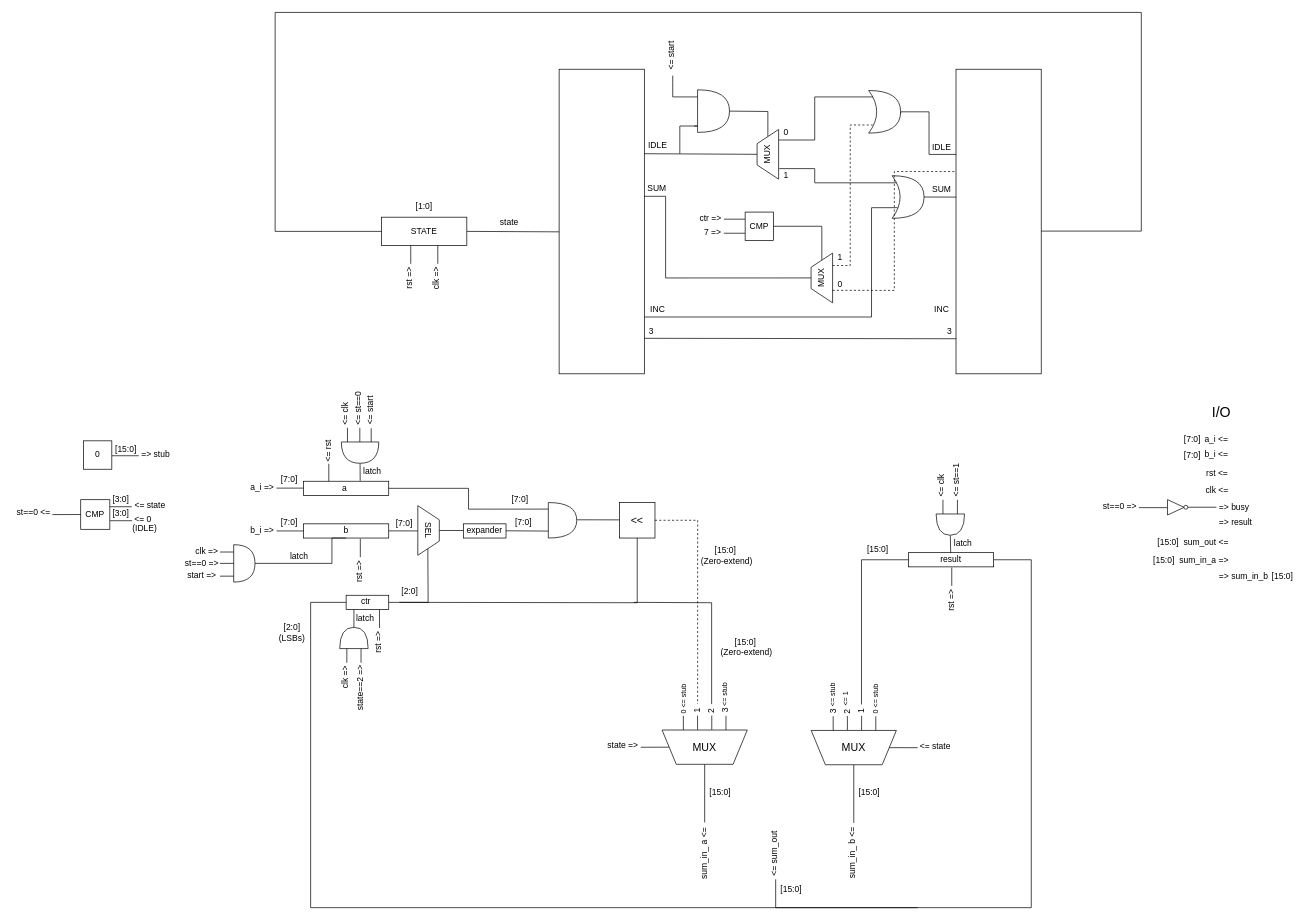
The draw.io diagram mul.drawio in mkgurenkov/Digital-design, before the edit. Source tidied: cells renumbered, new cells numbered last; positions are measured from the earlier drawing's top-left corner, leaving out a move shared by most shapes. Both pictures are drawn from the tidied source at 71%, with x=0, y=0 at pixel (12, 12).
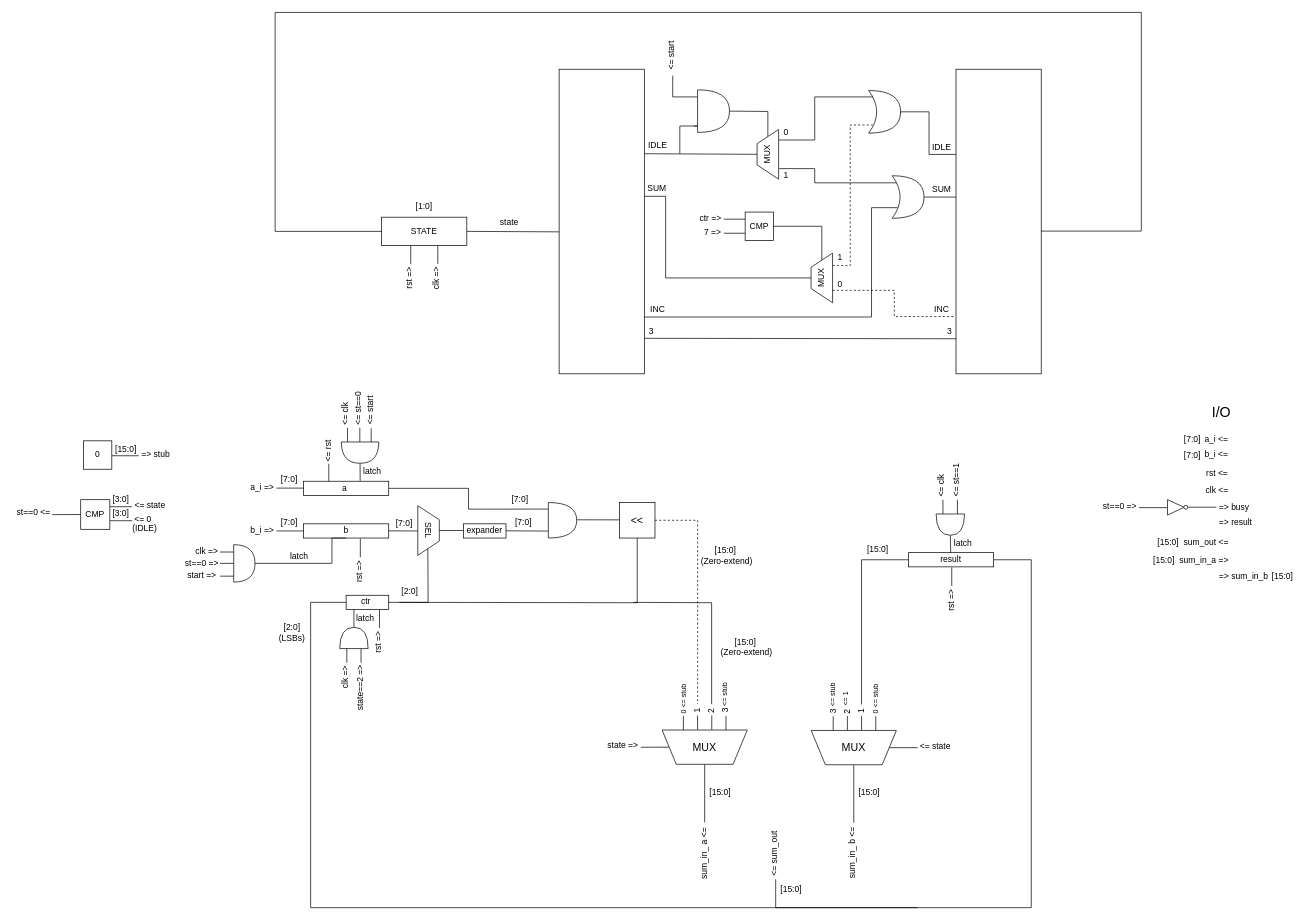
The same page after the edit.

Commit message:
update mul diagram

Unchanged cells that the change refers to:
```xml
<mxCell id="75" style="rounded=0;whiteSpace=wrap;html=1;" parent="1" vertex="1">
  <mxGeometry x="1329" y="80" width="120" height="429" as="geometry" />
</mxCell>
<mxCell id="87" value="MUX" style="shape=trapezoid;perimeter=trapezoidPerimeter;whiteSpace=wrap;html=1;fixedSize=1;rotation=-90;" parent="1" vertex="1">
  <mxGeometry x="1105" y="358.8" width="70" height="30.3" as="geometry" />
</mxCell>
```

Diff of the diagram source:
```diff
@@
-    <mxCell id="98" style="endArrow=none;html=1;rounded=0;exitX=0.25;exitY=1;exitDx=0;exitDy=0;entryX=0.004;entryY=0.336;entryDx=0;entryDy=0;entryPerimeter=0;edgeStyle=orthogonalEdgeStyle;dashed=1;" parent="1" edge="1" source="87" target="75">
+    <mxCell id="98" style="endArrow=none;html=1;rounded=0;exitX=0.25;exitY=1;exitDx=0;exitDy=0;entryX=-0.014;entryY=0.812;entryDx=0;entryDy=0;entryPerimeter=0;edgeStyle=orthogonalEdgeStyle;dashed=1;" parent="1" edge="1" source="87" target="75">
       <mxGeometry relative="1" as="geometry" />
     </mxCell>
```
